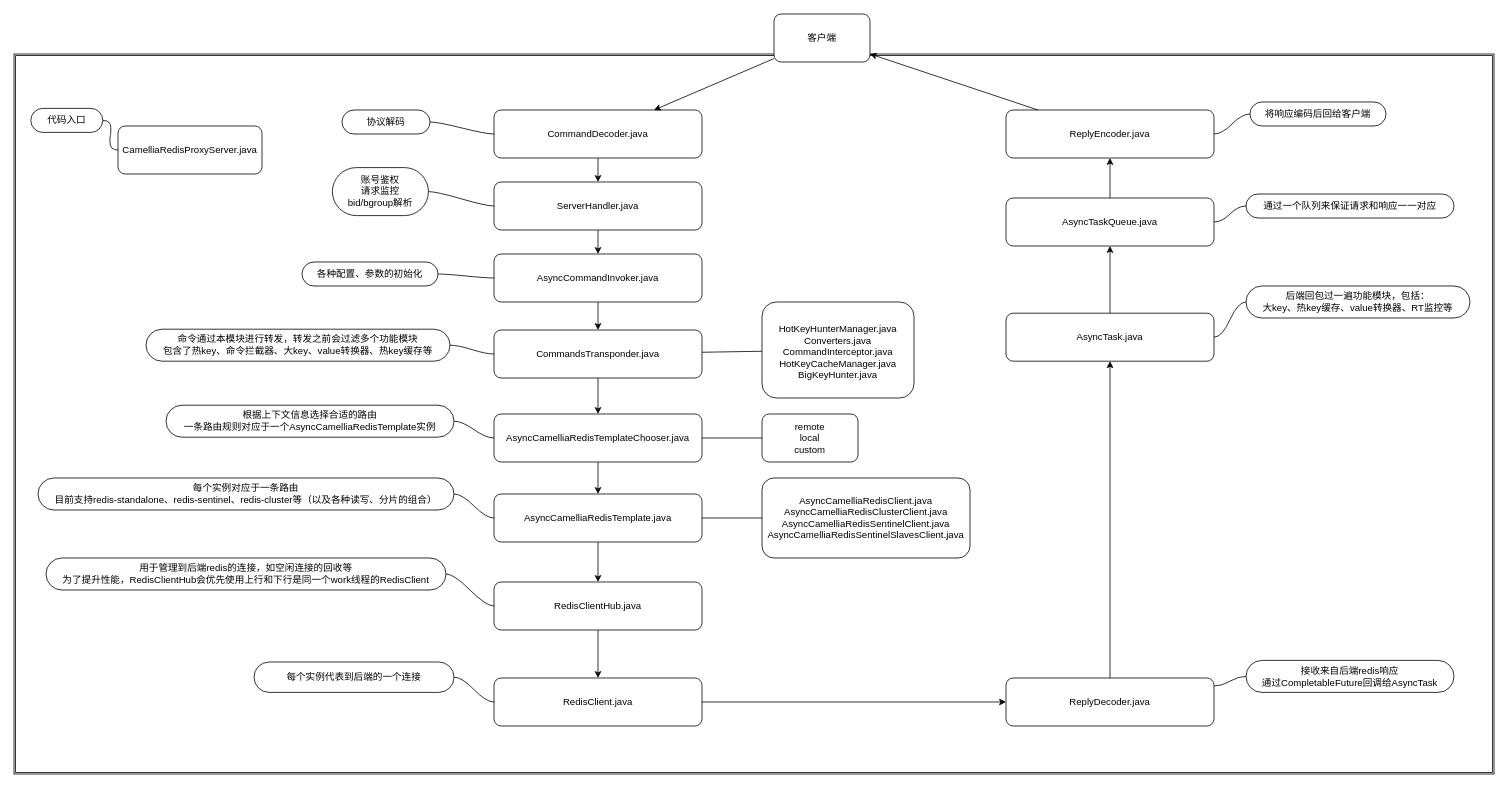
netease-im/camellia keeps this draw.io diagram as docs/redis-proxy/redis-proxy-code.drawio. Above is the earlier version. Source tidied: cells renumbered, new cells numbered last; positions are measured from the earlier drawing's top-left corner, leaving out a move shared by most shapes. Both pictures are drawn from the tidied source at 80%, with x=0, y=0 at pixel (14, 14).
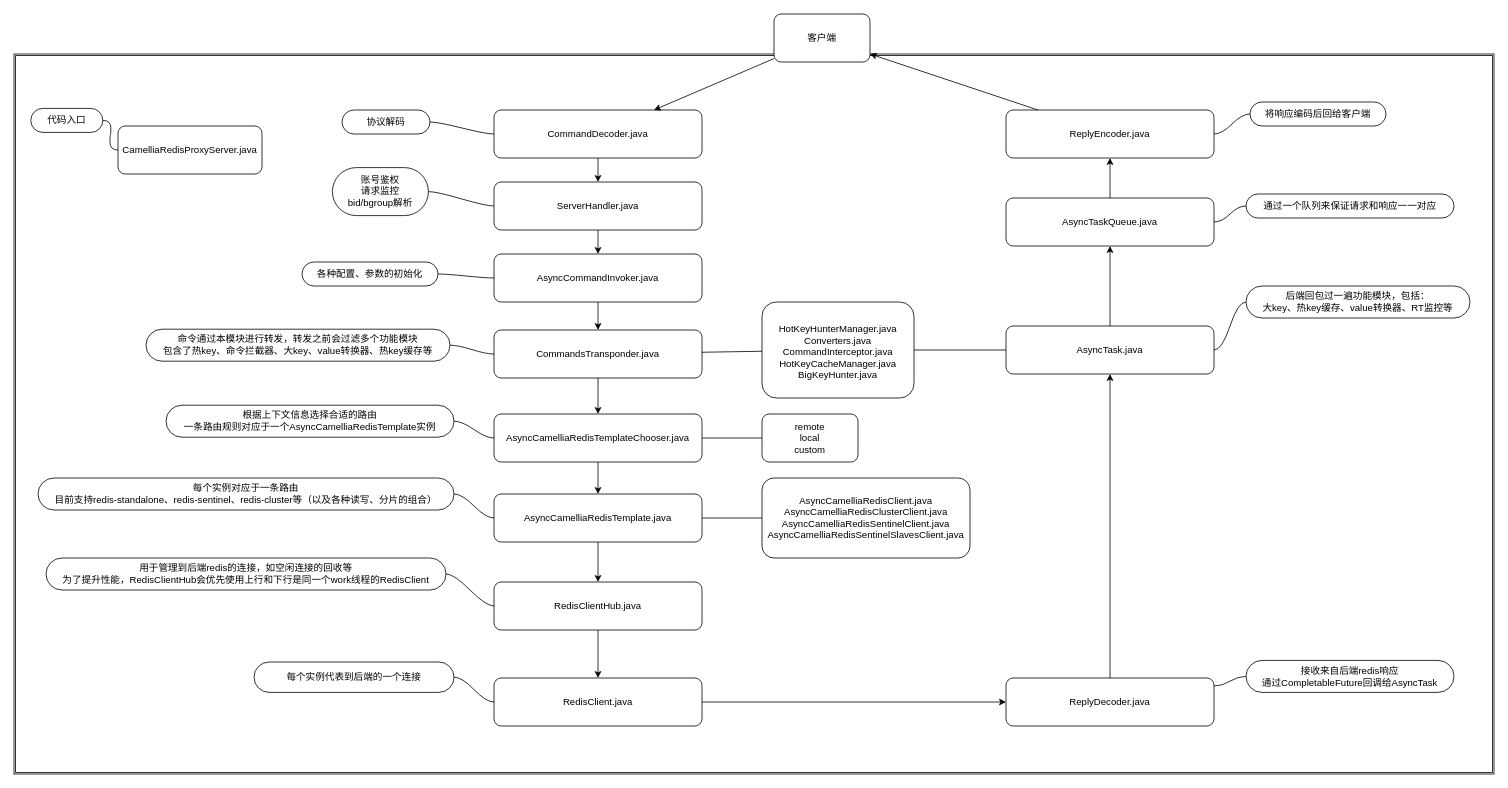
The same page after the edit.

The change refers to these unchanged cells:
```xml
<mxCell id="11" value="&lt;font style=&quot;font-size: 12px ; line-height: 120%&quot;&gt;HotKeyHunterManager.java&lt;br&gt;Converters.java&lt;br&gt;CommandInterceptor.java&lt;br&gt;HotKeyCacheManager.java&lt;br&gt;BigKeyHunter.java&lt;br&gt;&lt;/font&gt;" style="rounded=1;whiteSpace=wrap;html=1;align=center;spacingTop=6;spacing=9;" parent="1" vertex="1">
  <mxGeometry x="935" y="360" width="190" height="120" as="geometry" />
</mxCell>
```

Change to the diagram source:
```diff
@@
     <mxCell id="44" value="AsyncTask.java" style="rounded=1;whiteSpace=wrap;html=1;" parent="1" vertex="1">
-      <mxGeometry x="1240" y="374" width="260" height="60" as="geometry" />
+      <mxGeometry x="1240" y="390" width="260" height="60" as="geometry" />
     </mxCell>
@@
+    <mxCell id="62" style="endArrow=none;html=1;" parent="1" edge="1" source="11" target="44">
+      <mxGeometry relative="1" as="geometry" />
+    </mxCell>
```
